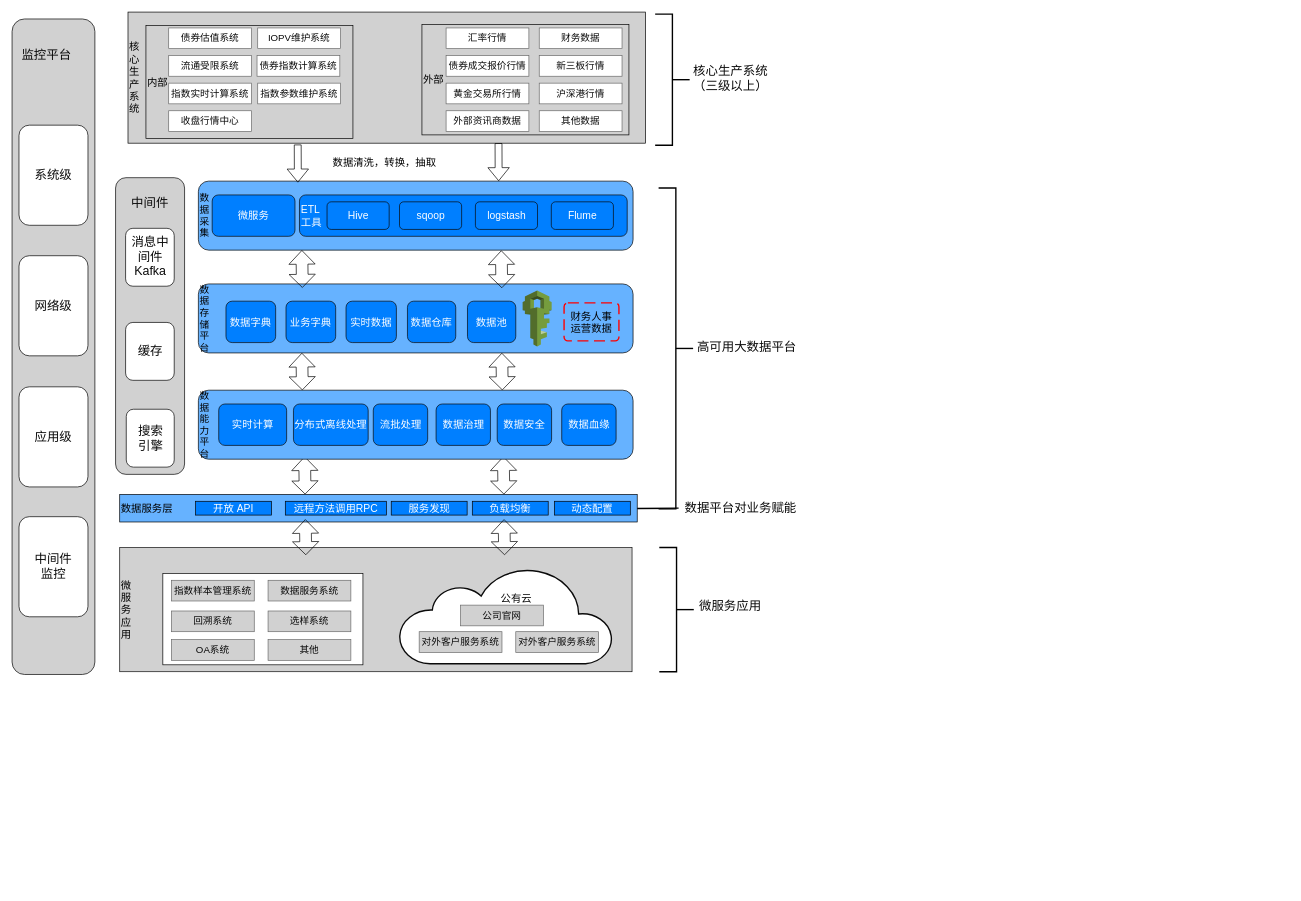
The draw.io diagram 1.drawio in nnk8899/bigData, before the edit. Source tidied: cells renumbered, new cells numbered last; positions are measured from the earlier drawing's top-left corner, leaving out a move shared by most shapes. Both pictures are drawn from the tidied source at 69%, with x=0, y=0 at pixel (12, 12).
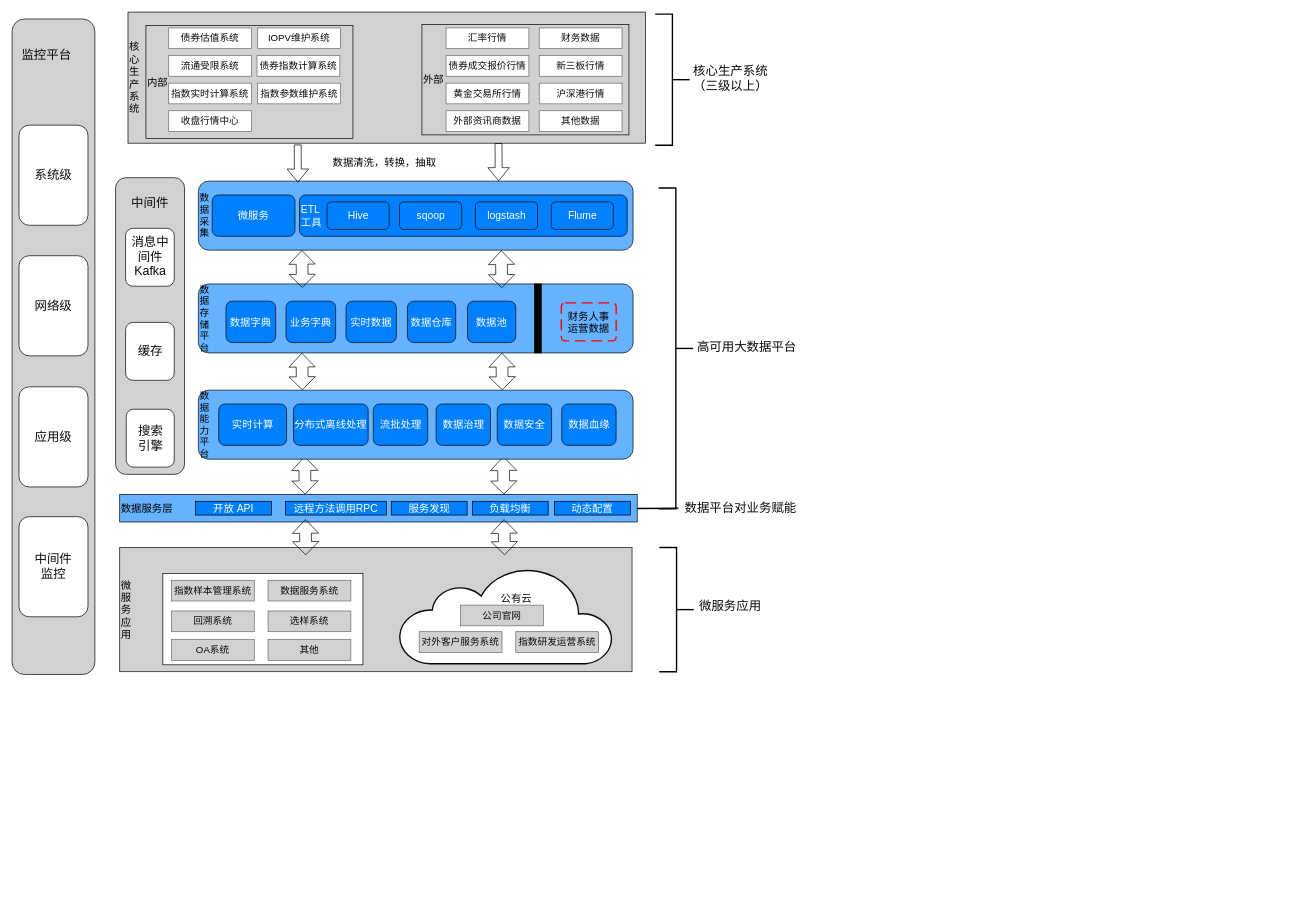
The same page after the edit.

The change refers to these unchanged cells:
```xml
<mxCell id="14" style="group;" parent="3" vertex="1">
  <mxGeometry x="156" y="766" width="935" height="180" as="geometry" />
</mxCell>
<mxCell id="88" style="group;" parent="3" vertex="1">
  <mxGeometry x="270" y="384" width="630" height="100" as="geometry" />
</mxCell>
```

What changed in the source:
```diff
@@
-    <mxCell id="29" value="&lt;font color=&quot;#0a0a0a&quot;&gt;对外客户服务系统&lt;/font&gt;" style="rounded=0;whiteSpace=wrap;html=1;strokeColor=#696969;strokeWidth=1;fontSize=14;fontColor=#FFFFFF;fillColor=#D1D1D1;" parent="14" vertex="1">
+    <mxCell id="29" value="&lt;font color=&quot;#0a0a0a&quot;&gt;指数研发运营系统&lt;/font&gt;" style="rounded=0;whiteSpace=wrap;html=1;strokeColor=#696969;strokeWidth=1;fontSize=14;fontColor=#FFFFFF;fillColor=#D1D1D1;" parent="14" vertex="1">
       <mxGeometry x="574" y="122" width="120" height="30" as="geometry" />
     </mxCell>
@@
     <mxCell id="95" value="财务人事&#10;运营数据" style="rounded=1;arcSize=10;dashed=1;strokeColor=#ff0000;fillColor=none;gradientColor=none;dashPattern=8 4;strokeWidth=2;fontSize=15;" parent="88" vertex="1">
-      <mxGeometry x="530" y="27.5" width="79.5" height="55" as="geometry" />
+      <mxGeometry x="526" y="27.5" width="79.5" height="55" as="geometry" />
     </mxCell>
-    <mxCell id="96" style="dashed=0;verticalLabelPosition=bottom;verticalAlign=top;align=center;html=1;shape=mxgraph.aws3.iam;fillColor=#759C3E;gradientColor=none;fontSize=15;" parent="88" vertex="1">
-      <mxGeometry x="470" y="9.5" width="42" height="81" as="geometry" />
-    </mxCell>
+    <mxCell id="108" style="verticalLabelPosition=bottom;html=1;verticalAlign=top;align=center;shape=mxgraph.floorplan.wall;fillColor=#000000;direction=south;" parent="88" vertex="1">
+      <mxGeometry x="487" width="10" height="100" as="geometry" />
+    </mxCell>
```
